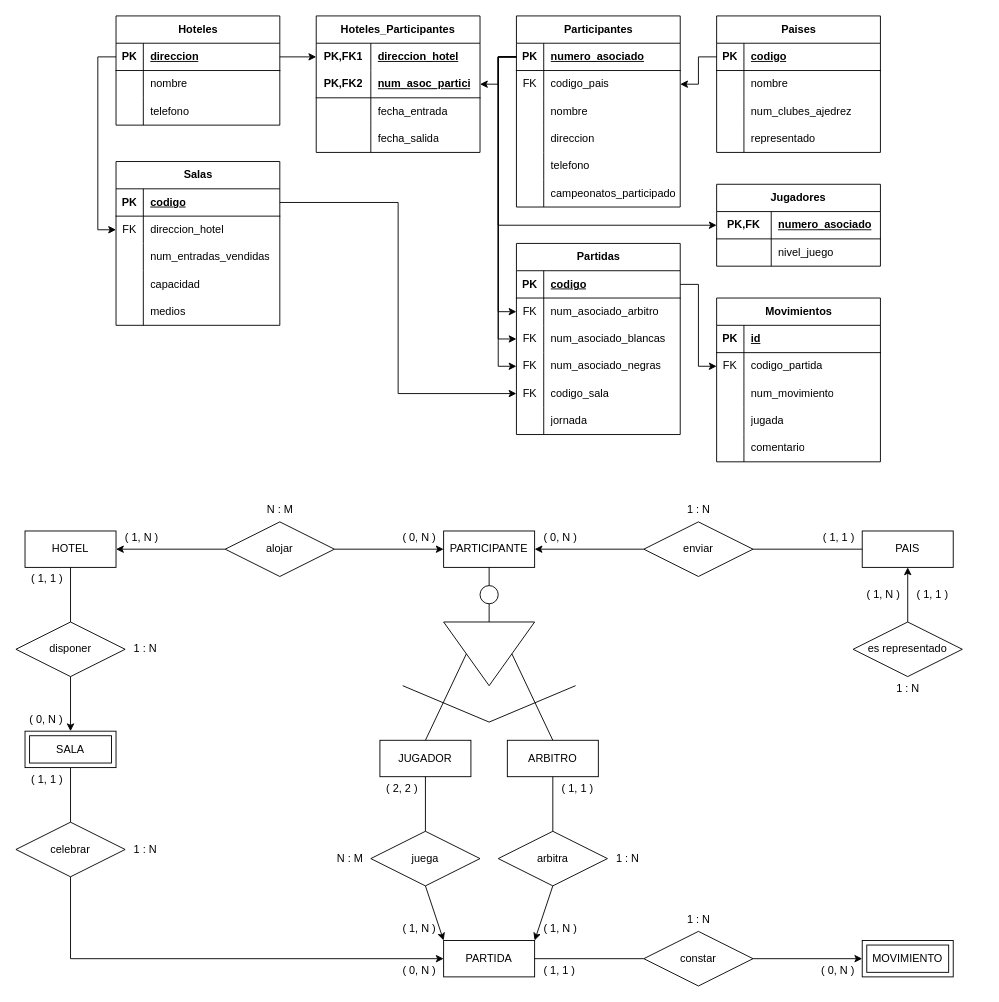
Before: CFGS/DAW/BAE/T6_Club_ajedrez/Diagrama.drawio in FJrodafo/University, a draw.io diagram. Source tidied: cells renumbered, new cells numbered last; positions are measured from the earlier drawing's top-left corner, leaving out a move shared by most shapes. Both pictures are drawn from the tidied source at 91%, with x=0, y=0 at pixel (15, 15).
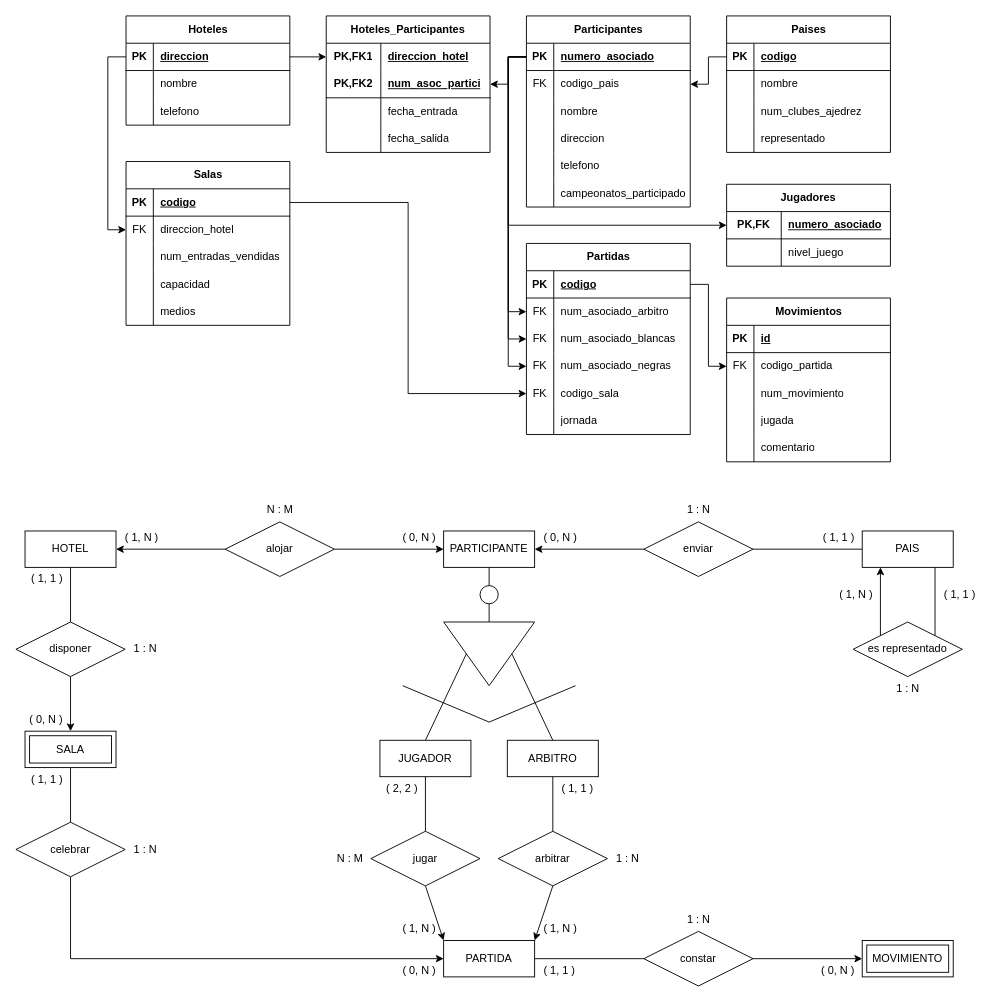
The same page after the edit.

The change refers to these unchanged cells:
```xml
<mxCell id="12" value="PAIS" style="whiteSpace=wrap;html=1;align=center;" parent="1" vertex="1">
  <mxGeometry x="930" y="566" width="100" height="40" as="geometry" />
</mxCell>
<mxCell id="13" value="es representado" style="shape=rhombus;perimeter=rhombusPerimeter;whiteSpace=wrap;html=1;align=center;" parent="1" vertex="1">
  <mxGeometry x="920" y="666" width="120" height="60" as="geometry" />
</mxCell>
<mxCell id="64" style="shape=tableRow;horizontal=0;startSize=0;swimlaneHead=0;swimlaneBody=0;fillColor=none;points=[[0,0.5],[1,0.5]];portConstraint=eastwest;top=0;left=0;right=0;bottom=1;" parent="63" vertex="1">
  <mxGeometry y="30" width="180" height="30" as="geometry" />
</mxCell>
<mxCell id="67" style="shape=tableRow;horizontal=0;startSize=0;swimlaneHead=0;swimlaneBody=0;fillColor=none;points=[[0,0.5],[1,0.5]];portConstraint=eastwest;top=0;left=0;right=0;bottom=0;" parent="63" vertex="1">
  <mxGeometry y="60" width="180" height="30" as="geometry" />
</mxCell>
<mxCell id="83" style="shape=tableRow;horizontal=0;startSize=0;swimlaneHead=0;swimlaneBody=0;fillColor=none;points=[[0,0.5],[1,0.5]];portConstraint=eastwest;top=0;left=0;right=0;bottom=1;" parent="82" vertex="1">
  <mxGeometry y="30" width="180" height="30" as="geometry" />
</mxCell>
<mxCell id="96" style="shape=tableRow;horizontal=0;startSize=0;swimlaneHead=0;swimlaneBody=0;fillColor=none;points=[[0,0.5],[1,0.5]];portConstraint=eastwest;top=0;left=0;right=0;bottom=1;html=1;" parent="95" vertex="1">
  <mxGeometry y="30" width="180" height="30" as="geometry" />
</mxCell>
<mxCell id="103" style="shape=tableRow;horizontal=0;startSize=0;swimlaneHead=0;swimlaneBody=0;fillColor=none;points=[[0,0.5],[1,0.5]];portConstraint=eastwest;top=0;left=0;right=0;bottom=1;" parent="102" vertex="1">
  <mxGeometry y="30" width="180" height="30" as="geometry" />
</mxCell>
<mxCell id="106" style="shape=tableRow;horizontal=0;startSize=0;swimlaneHead=0;swimlaneBody=0;fillColor=none;points=[[0,0.5],[1,0.5]];portConstraint=eastwest;top=0;left=0;right=0;bottom=0;" parent="102" vertex="1">
  <mxGeometry y="60" width="180" height="30" as="geometry" />
</mxCell>
<mxCell id="109" style="shape=tableRow;horizontal=0;startSize=0;swimlaneHead=0;swimlaneBody=0;fillColor=none;points=[[0,0.5],[1,0.5]];portConstraint=eastwest;top=0;left=0;right=0;bottom=0;" parent="102" vertex="1">
  <mxGeometry y="90" width="180" height="30" as="geometry" />
</mxCell>
<mxCell id="112" style="shape=tableRow;horizontal=0;startSize=0;swimlaneHead=0;swimlaneBody=0;fillColor=none;points=[[0,0.5],[1,0.5]];portConstraint=eastwest;top=0;left=0;right=0;bottom=0;" parent="102" vertex="1">
  <mxGeometry y="120" width="180" height="30" as="geometry" />
</mxCell>
<mxCell id="115" style="shape=tableRow;horizontal=0;startSize=0;swimlaneHead=0;swimlaneBody=0;fillColor=none;points=[[0,0.5],[1,0.5]];portConstraint=eastwest;top=0;left=0;right=0;bottom=0;" parent="102" vertex="1">
  <mxGeometry y="150" width="180" height="30" as="geometry" />
</mxCell>
<mxCell id="125" style="shape=tableRow;horizontal=0;startSize=0;swimlaneHead=0;swimlaneBody=0;fillColor=none;points=[[0,0.5],[1,0.5]];portConstraint=eastwest;top=0;left=0;right=0;bottom=0;" parent="121" vertex="1">
  <mxGeometry y="60" width="180" height="30" as="geometry" />
</mxCell>
<mxCell id="141" style="shape=tableRow;horizontal=0;startSize=0;swimlaneHead=0;swimlaneBody=0;fillColor=none;points=[[0,0.5],[1,0.5]];portConstraint=eastwest;top=0;left=0;right=0;bottom=1;html=1;" parent="137" vertex="1">
  <mxGeometry y="60" width="180" height="30" as="geometry" />
</mxCell>
<mxCell id="151" style="shape=tableRow;horizontal=0;startSize=0;swimlaneHead=0;swimlaneBody=0;fillColor=none;points=[[0,0.5],[1,0.5]];portConstraint=eastwest;top=0;left=0;right=0;bottom=1;" parent="150" vertex="1">
  <mxGeometry y="30" width="180" height="30" as="geometry" />
</mxCell>
<mxCell id="169" style="shape=tableRow;horizontal=0;startSize=0;swimlaneHead=0;swimlaneBody=0;fillColor=none;points=[[0,0.5],[1,0.5]];portConstraint=eastwest;top=0;left=0;right=0;bottom=1;" parent="168" vertex="1">
  <mxGeometry y="30" width="180" height="30" as="geometry" />
</mxCell>
<mxCell id="172" style="shape=tableRow;horizontal=0;startSize=0;swimlaneHead=0;swimlaneBody=0;fillColor=none;points=[[0,0.5],[1,0.5]];portConstraint=eastwest;top=0;left=0;right=0;bottom=0;" parent="168" vertex="1">
  <mxGeometry y="60" width="180" height="30" as="geometry" />
</mxCell>
```

Change to the diagram source:
```diff
@@
-    <mxCell id="14" style="endArrow=classic;html=1;rounded=0;exitX=0.5;exitY=0;exitDx=0;exitDy=0;entryX=0.5;entryY=1;entryDx=0;entryDy=0;" parent="1" edge="1" source="13" target="12">
-      <mxGeometry relative="1" as="geometry" />
+    <mxCell id="14" style="endArrow=classic;html=1;rounded=0;exitX=0;exitY=0;exitDx=0;exitDy=0;entryX=0.5;entryY=1;entryDx=0;entryDy=0;" parent="1" edge="1" source="13">
+      <mxGeometry relative="1" as="geometry">
+        <mxPoint x="950" y="606" as="targetPoint" />
+      </mxGeometry>
     </mxCell>
     <mxCell id="15" value="( 1, N )" style="text;html=1;align=center;verticalAlign=middle;strokeColor=none;fillColor=none;" parent="1" vertex="1">
-      <mxGeometry x="925" y="623" width="55" height="26" as="geometry" />
+      <mxGeometry x="895" y="623" width="55" height="26" as="geometry" />
     </mxCell>
     <mxCell id="16" value="( 1, 1 )" style="text;html=1;align=center;verticalAlign=middle;strokeColor=none;fillColor=none;" parent="1" vertex="1">
-      <mxGeometry x="980" y="623" width="53" height="26" as="geometry" />
+      <mxGeometry x="1010" y="623" width="53" height="26" as="geometry" />
     </mxCell>
@@
-    <mxCell id="23" value="juega" style="shape=rhombus;perimeter=rhombusPerimeter;whiteSpace=wrap;html=1;align=center;" parent="1" vertex="1">
+    <mxCell id="23" value="jugar" style="shape=rhombus;perimeter=rhombusPerimeter;whiteSpace=wrap;html=1;align=center;" parent="1" vertex="1">
       <mxGeometry x="390" y="896" width="120" height="60" as="geometry" />
     </mxCell>
@@
-    <mxCell id="27" value="arbitra" style="shape=rhombus;perimeter=rhombusPerimeter;whiteSpace=wrap;html=1;align=center;" parent="1" vertex="1">
+    <mxCell id="27" value="arbitrar" style="shape=rhombus;perimeter=rhombusPerimeter;whiteSpace=wrap;html=1;align=center;" parent="1" vertex="1">
       <mxGeometry x="530" y="896" width="120" height="60" as="geometry" />
     </mxCell>
@@
     <mxCell id="63" value="Participantes" style="shape=table;startSize=30;childLayout=tableLayout;rowLines=0;fontStyle=1;align=center;html=1;" parent="1" vertex="1">
-      <mxGeometry x="550" width="180" height="210" as="geometry" />
+      <mxGeometry x="561" width="180" height="210" as="geometry" />
     </mxCell>
@@
     <mxCell id="82" value="Paises" style="shape=table;startSize=30;childLayout=tableLayout;rowLines=0;fontStyle=1;align=center;html=1;" parent="1" vertex="1">
-      <mxGeometry x="770" width="180" height="150" as="geometry" />
+      <mxGeometry x="781" width="180" height="150" as="geometry" />
     </mxCell>
@@
     <mxCell id="95" value="Jugadores" style="shape=table;startSize=30;childLayout=tableLayout;rowLines=0;fontStyle=1;align=center;html=1;whiteSpace=wrap;" parent="1" vertex="1">
-      <mxGeometry x="770" y="185" width="180" height="90" as="geometry" />
+      <mxGeometry x="781" y="185" width="180" height="90" as="geometry" />
     </mxCell>
@@
     <mxCell id="102" value="Partidas" style="shape=table;startSize=30;childLayout=tableLayout;rowLines=0;fontStyle=1;align=center;html=1;" parent="1" vertex="1">
-      <mxGeometry x="550" y="250" width="180" height="210" as="geometry" />
+      <mxGeometry x="561" y="250" width="180" height="210" as="geometry" />
     </mxCell>
@@
     <mxCell id="121" value="Movimientos" style="shape=table;startSize=30;childLayout=tableLayout;rowLines=0;fontStyle=1;align=center;html=1;" parent="1" vertex="1">
-      <mxGeometry x="770" y="310" width="180" height="180" as="geometry" />
+      <mxGeometry x="781" y="310" width="180" height="180" as="geometry" />
     </mxCell>
@@
     <mxCell id="137" value="Hoteles_Participantes" style="shape=table;startSize=30;childLayout=tableLayout;rowLines=0;fontStyle=1;align=center;html=1;whiteSpace=wrap;" parent="1" vertex="1">
-      <mxGeometry x="330" width="180" height="150" as="geometry" />
+      <mxGeometry x="341" width="180" height="150" as="geometry" />
     </mxCell>
@@
     <mxCell id="150" value="Hoteles" style="shape=table;startSize=30;childLayout=tableLayout;rowLines=0;fontStyle=1;align=center;html=1;" parent="1" vertex="1">
-      <mxGeometry x="110" width="180" height="120" as="geometry" />
+      <mxGeometry x="121" width="180" height="120" as="geometry" />
     </mxCell>
@@
     <mxCell id="160" style="endArrow=classic;html=1;rounded=0;exitX=0;exitY=0.5;exitDx=0;exitDy=0;entryX=1;entryY=0.5;entryDx=0;entryDy=0;" parent="1" edge="1" source="83" target="67">
       <mxGeometry relative="1" as="geometry">
         <Array as="points">
-          <mxPoint x="750" y="45" />
-          <mxPoint x="750" y="75" />
+          <mxPoint x="761" y="45" />
+          <mxPoint x="761" y="75" />
         </Array>
       </mxGeometry>
     </mxCell>
     <mxCell id="161" style="endArrow=classic;html=1;rounded=0;entryX=1;entryY=0.5;entryDx=0;entryDy=0;exitX=0;exitY=0.5;exitDx=0;exitDy=0;" parent="1" edge="1" source="64" target="141">
       <mxGeometry relative="1" as="geometry">
         <Array as="points">
-          <mxPoint x="530" y="45" />
-          <mxPoint x="530" y="75" />
+          <mxPoint x="541" y="45" />
+          <mxPoint x="541" y="75" />
         </Array>
       </mxGeometry>
     </mxCell>
     <mxCell id="162" style="endArrow=classic;html=1;rounded=0;exitX=0;exitY=0.5;exitDx=0;exitDy=0;entryX=0;entryY=0.5;entryDx=0;entryDy=0;" parent="1" edge="1" source="64" target="96">
       <mxGeometry relative="1" as="geometry">
         <Array as="points">
-          <mxPoint x="530" y="45" />
-          <mxPoint x="530" y="230" />
+          <mxPoint x="541" y="45" />
+          <mxPoint x="541" y="230" />
         </Array>
       </mxGeometry>
     </mxCell>
     <mxCell id="163" style="endArrow=classic;html=1;rounded=0;exitX=0;exitY=0.5;exitDx=0;exitDy=0;entryX=0;entryY=0.5;entryDx=0;entryDy=0;" parent="1" edge="1" source="64" target="106">
       <mxGeometry relative="1" as="geometry">
         <Array as="points">
-          <mxPoint x="530" y="45" />
-          <mxPoint x="530" y="325" />
+          <mxPoint x="541" y="45" />
+          <mxPoint x="541" y="325" />
         </Array>
       </mxGeometry>
     </mxCell>
     <mxCell id="164" style="endArrow=classic;html=1;rounded=0;exitX=0;exitY=0.5;exitDx=0;exitDy=0;entryX=0;entryY=0.5;entryDx=0;entryDy=0;" parent="1" edge="1" source="64" target="109">
       <mxGeometry relative="1" as="geometry">
         <Array as="points">
-          <mxPoint x="530" y="45" />
-          <mxPoint x="530" y="355" />
+          <mxPoint x="541" y="45" />
+          <mxPoint x="541" y="355" />
         </Array>
       </mxGeometry>
     </mxCell>
     <mxCell id="165" style="endArrow=classic;html=1;rounded=0;exitX=0;exitY=0.5;exitDx=0;exitDy=0;entryX=0;entryY=0.5;entryDx=0;entryDy=0;" parent="1" edge="1" source="64" target="112">
       <mxGeometry relative="1" as="geometry">
         <Array as="points">
-          <mxPoint x="530" y="45" />
-          <mxPoint x="530" y="385" />
+          <mxPoint x="541" y="45" />
+          <mxPoint x="541" y="385" />
         </Array>
       </mxGeometry>
     </mxCell>
@@
     <mxCell id="167" style="endArrow=classic;html=1;rounded=0;exitX=1;exitY=0.5;exitDx=0;exitDy=0;entryX=0;entryY=0.5;entryDx=0;entryDy=0;" parent="1" edge="1" source="103" target="125">
       <mxGeometry relative="1" as="geometry">
         <Array as="points">
-          <mxPoint x="750" y="295" />
-          <mxPoint x="750" y="385" />
+          <mxPoint x="761" y="295" />
+          <mxPoint x="761" y="385" />
         </Array>
       </mxGeometry>
     </mxCell>
     <mxCell id="168" value="Salas" style="shape=table;startSize=30;childLayout=tableLayout;rowLines=0;fontStyle=1;align=center;html=1;" parent="1" vertex="1">
-      <mxGeometry x="110" y="160" width="180" height="180" as="geometry" />
+      <mxGeometry x="121" y="160" width="180" height="180" as="geometry" />
     </mxCell>
@@
     <mxCell id="184" style="endArrow=classic;html=1;rounded=0;exitX=1;exitY=0.5;exitDx=0;exitDy=0;entryX=0;entryY=0.5;entryDx=0;entryDy=0;" parent="1" edge="1" source="169" target="115">
       <mxGeometry relative="1" as="geometry">
         <Array as="points">
-          <mxPoint x="420" y="205" />
-          <mxPoint x="420" y="415" />
+          <mxPoint x="431" y="205" />
+          <mxPoint x="431" y="415" />
         </Array>
       </mxGeometry>
     </mxCell>
     <mxCell id="185" style="endArrow=classic;html=1;rounded=0;exitX=0;exitY=0.5;exitDx=0;exitDy=0;entryX=0;entryY=0.5;entryDx=0;entryDy=0;" parent="1" edge="1" source="151" target="172">
       <mxGeometry relative="1" as="geometry">
         <Array as="points">
-          <mxPoint x="90" y="45" />
-          <mxPoint x="90" y="235" />
+          <mxPoint x="101" y="45" />
+          <mxPoint x="101" y="235" />
         </Array>
       </mxGeometry>
     </mxCell>
@@
+    <mxCell id="187" style="endArrow=none;html=1;rounded=0;entryX=0.5;entryY=1;entryDx=0;entryDy=0;exitX=1;exitY=0;exitDx=0;exitDy=0;" parent="1" edge="1" source="13">
+      <mxGeometry relative="1" as="geometry">
+        <mxPoint x="1010" y="606" as="targetPoint" />
+      </mxGeometry>
+    </mxCell>
```
